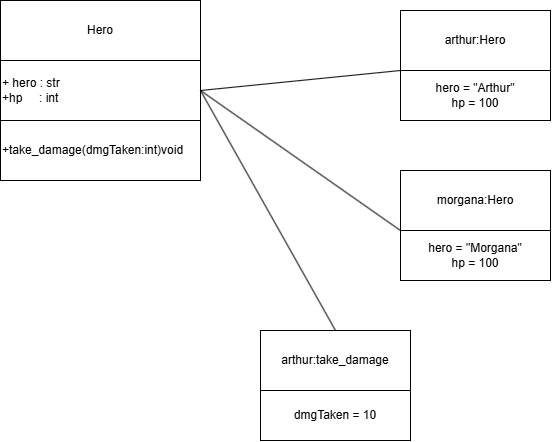
Earlier version of the draw.io export q1/heropyDiagram.drawio.png (jrantipolo/ZRC-SY2627_CS3_Portfolio-Johanan). Source tidied: cells renumbered, new cells last; positions are measured from the earlier drawing's top-left corner, leaving out a move shared by most shapes.
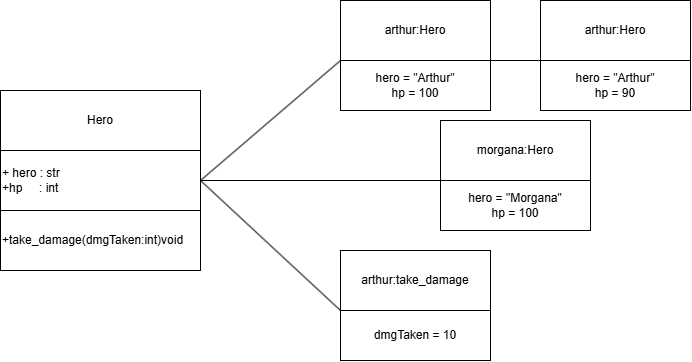
After the change.

What changed in the source:
```diff
@@ -3,47 +3,52 @@
     <mxCell id="0" />
     <mxCell id="1" parent="0" />
     <mxCell id="2" value="Hero" style="rounded=0;whiteSpace=wrap;html=1;" parent="1" vertex="1">
-      <mxGeometry width="200" height="60" as="geometry" />
+      <mxGeometry x="-60" y="60" width="200" height="60" as="geometry" />
     </mxCell>
     <mxCell id="3" value="+ hero : str&lt;div&gt;+hp&amp;nbsp; &amp;nbsp; &amp;nbsp;: int&lt;/div&gt;" style="rounded=0;whiteSpace=wrap;html=1;align=left;" parent="1" vertex="1">
-      <mxGeometry y="60" width="200" height="60" as="geometry" />
+      <mxGeometry x="-60" y="120" width="200" height="60" as="geometry" />
     </mxCell>
     <mxCell id="4" value="+take_damage(dmgTaken:int)void" style="rounded=0;whiteSpace=wrap;html=1;align=left;" parent="1" vertex="1">
-      <mxGeometry y="120" width="200" height="60" as="geometry" />
+      <mxGeometry x="-60" y="180" width="200" height="60" as="geometry" />
     </mxCell>
     <mxCell id="5" value="arthur:Hero" style="rounded=0;whiteSpace=wrap;html=1;" parent="1" vertex="1">
-      <mxGeometry x="400" y="10" width="150" height="60" as="geometry" />
+      <mxGeometry x="280" y="-30" width="150" height="60" as="geometry" />
     </mxCell>
     <mxCell id="6" style="edgeStyle=orthogonalEdgeStyle;rounded=0;orthogonalLoop=1;jettySize=auto;html=1;innerLoopWaypoints=1;exitX=0.5;exitY=1;exitDx=0;exitDy=0;" parent="1" edge="1" source="2" target="2">
       <mxGeometry relative="1" as="geometry" />
     </mxCell>
     <mxCell id="7" value="hero = &quot;Arthur&quot;&lt;div&gt;hp = 100&lt;/div&gt;" style="rounded=0;whiteSpace=wrap;html=1;" parent="1" vertex="1">
-      <mxGeometry x="400" y="70" width="150" height="50" as="geometry" />
+      <mxGeometry x="280" y="30" width="150" height="50" as="geometry" />
     </mxCell>
     <mxCell id="8" value="morgana:Hero" style="rounded=0;whiteSpace=wrap;html=1;" parent="1" vertex="1">
-      <mxGeometry x="400" y="170" width="150" height="60" as="geometry" />
+      <mxGeometry x="380" y="90" width="150" height="60" as="geometry" />
     </mxCell>
     <mxCell id="9" value="hero = &quot;Morgana&quot;&lt;div&gt;hp = 100&lt;/div&gt;" style="rounded=0;whiteSpace=wrap;html=1;" parent="1" vertex="1">
-      <mxGeometry x="400" y="230" width="150" height="50" as="geometry" />
+      <mxGeometry x="380" y="150" width="150" height="50" as="geometry" />
     </mxCell>
     <mxCell id="10" style="endArrow=none;html=1;rounded=0;entryX=1;entryY=0.5;entryDx=0;entryDy=0;exitX=0;exitY=0;exitDx=0;exitDy=0;" parent="1" edge="1" source="9" target="3">
       <mxGeometry relative="1" as="geometry" />
     </mxCell>
-    <mxCell id="11" style="endArrow=none;html=1;rounded=0;entryX=0;entryY=0;entryDx=0;entryDy=0;" parent="1" edge="1" target="7">
-      <mxGeometry relative="1" as="geometry">
-        <mxPoint x="200" y="90" as="sourcePoint" />
-      </mxGeometry>
+    <mxCell id="11" style="endArrow=none;html=1;rounded=0;entryX=0;entryY=0;entryDx=0;entryDy=0;exitX=1;exitY=0.5;exitDx=0;exitDy=0;" parent="1" edge="1" source="3" target="7">
+      <mxGeometry relative="1" as="geometry" />
     </mxCell>
     <mxCell id="12" value="arthur:take_damage" style="rounded=0;whiteSpace=wrap;html=1;" parent="1" vertex="1">
-      <mxGeometry x="260" y="330" width="150" height="60" as="geometry" />
+      <mxGeometry x="280" y="220" width="150" height="60" as="geometry" />
     </mxCell>
     <mxCell id="13" value="dmgTaken = 10" style="rounded=0;whiteSpace=wrap;html=1;" parent="1" vertex="1">
-      <mxGeometry x="260" y="390" width="150" height="50" as="geometry" />
+      <mxGeometry x="280" y="280" width="150" height="50" as="geometry" />
     </mxCell>
-    <mxCell id="14" style="endArrow=none;html=1;rounded=0;entryX=0.5;entryY=0;entryDx=0;entryDy=0;" parent="1" edge="1" target="12">
-      <mxGeometry relative="1" as="geometry">
-        <mxPoint x="200" y="90" as="sourcePoint" />
-      </mxGeometry>
+    <mxCell id="14" style="endArrow=none;html=1;rounded=0;entryX=0;entryY=0;entryDx=0;entryDy=0;exitX=1;exitY=0.5;exitDx=0;exitDy=0;" parent="1" edge="1" source="3" target="13">
+      <mxGeometry relative="1" as="geometry" />
     </mxCell>
+    <mxCell id="15" value="arthur:Hero" style="rounded=0;whiteSpace=wrap;html=1;" parent="1" vertex="1">
+      <mxGeometry x="480" y="-30" width="150" height="60" as="geometry" />
+    </mxCell>
+    <mxCell id="16" value="hero = &quot;Arthur&quot;&lt;div&gt;hp = 90&lt;/div&gt;" style="rounded=0;whiteSpace=wrap;html=1;" parent="1" vertex="1">
+      <mxGeometry x="480" y="30" width="150" height="50" as="geometry" />
+    </mxCell>
+    <mxCell id="17" style="endArrow=none;html=1;rounded=0;exitX=1;exitY=1;exitDx=0;exitDy=0;entryX=0;entryY=0;entryDx=0;entryDy=0;" parent="1" edge="1" source="5" target="16">
+      <mxGeometry relative="1" as="geometry" />
+    </mxCell>
   </root>
 </mxGraphModel>
```
